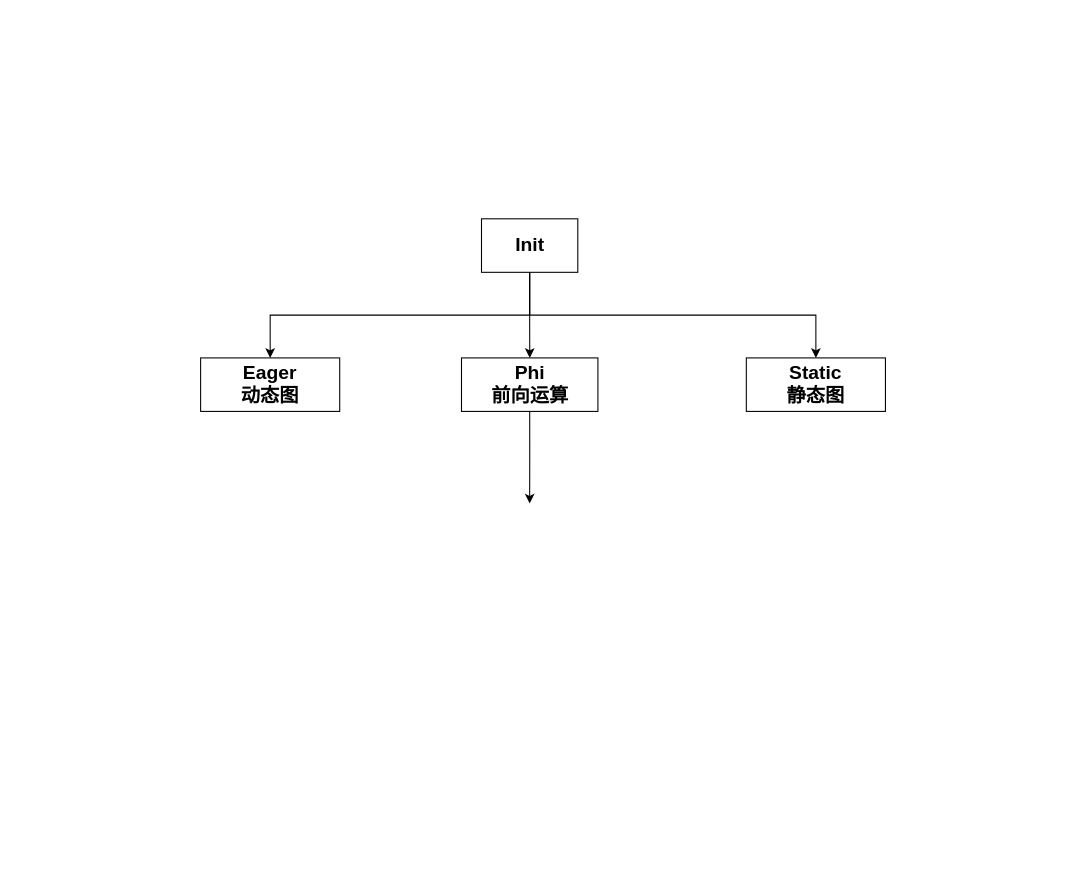
Above: operants-process.drawio in jiahy0825/draw.io (draw.io), before the change. Source tidied: cells renumbered, new cells numbered last; positions are measured from the earlier drawing's top-left corner, leaving out a move shared by most shapes. Both pictures are drawn from the tidied source at 107%, with x=0, y=0 at pixel (200, 218).
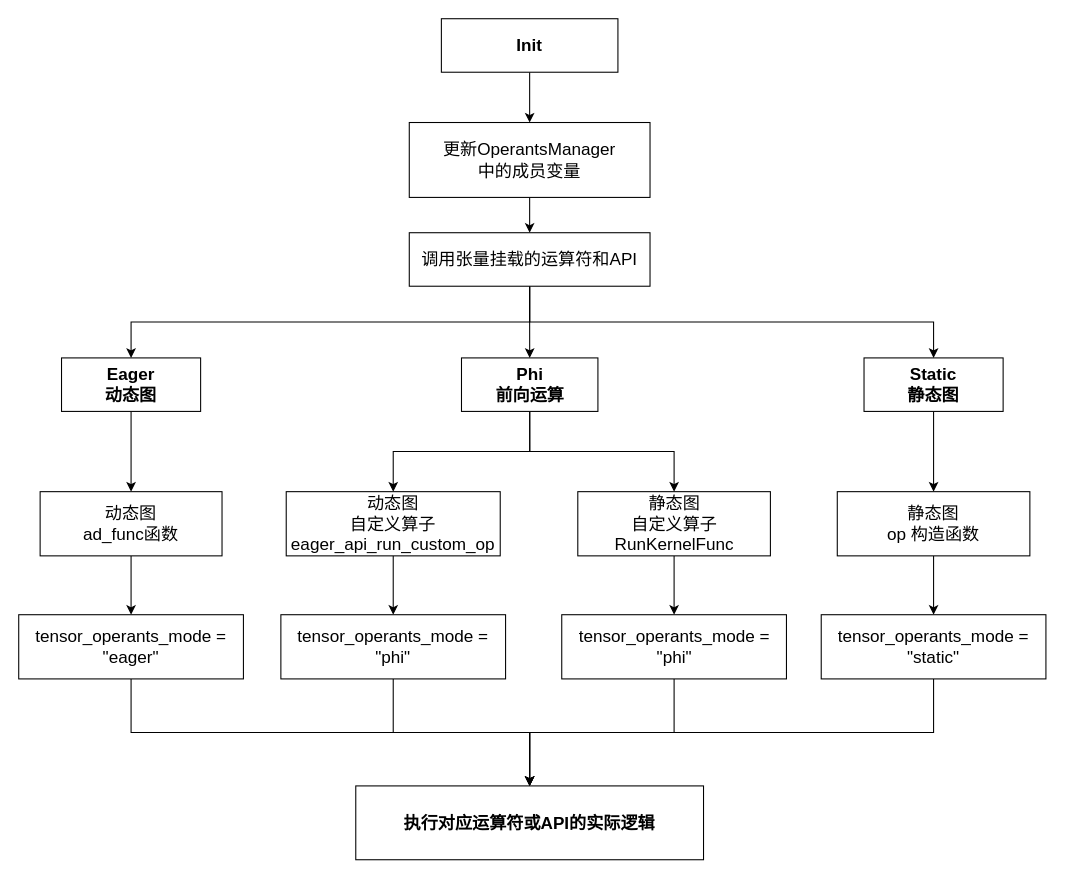
The same page after the edit.

Change to the diagram source:
```diff
@@
-    <mxCell id="2" style="edgeStyle=orthogonalEdgeStyle;jettySize=auto;html=1;fontSize=18;" parent="1" edge="1" source="5" target="7">
-      <mxGeometry relative="1" as="geometry" />
-    </mxCell>
-    <mxCell id="3" style="edgeStyle=orthogonalEdgeStyle;rounded=0;jettySize=auto;html=1;exitX=0.5;exitY=1;exitDx=0;exitDy=0;entryX=0.5;entryY=0;entryDx=0;entryDy=0;fontSize=18;" parent="1" edge="1" source="5" target="9">
-      <mxGeometry relative="1" as="geometry" />
-    </mxCell>
-    <mxCell id="4" style="edgeStyle=orthogonalEdgeStyle;rounded=0;jettySize=auto;html=1;exitX=0.5;exitY=1;exitDx=0;exitDy=0;entryX=0.5;entryY=0;entryDx=0;entryDy=0;" parent="1" edge="1" source="5" target="8">
-      <mxGeometry relative="1" as="geometry" />
-    </mxCell>
+    <mxCell id="10" style="edgeStyle=orthogonalEdgeStyle;rounded=0;jettySize=auto;html=1;exitX=0.5;exitY=1;exitDx=0;exitDy=0;entryX=0.5;entryY=0;entryDx=0;entryDy=0;fontSize=16;" parent="1" edge="1" source="5" target="33">
+      <mxGeometry relative="1" as="geometry" />
+    </mxCell>
-    <mxCell id="5" value="&lt;b&gt;&lt;font style=&quot;font-size: 18px;&quot;&gt;Init&lt;/font&gt;&lt;/b&gt;" style="whiteSpace=wrap;html=1;" parent="1" vertex="1">
-      <mxGeometry x="262.5" width="90" height="50" as="geometry" />
+    <mxCell id="5" value="&lt;b style=&quot;font-size: 16px;&quot;&gt;&lt;font style=&quot;font-size: 16px;&quot;&gt;Init&lt;/font&gt;&lt;/b&gt;" style="whiteSpace=wrap;html=1;fontSize=16;" parent="1" vertex="1">
+      <mxGeometry x="225" y="-187" width="165" height="50" as="geometry" />
     </mxCell>
-    <mxCell id="6" style="edgeStyle=orthogonalEdgeStyle;rounded=0;jettySize=auto;html=1;exitX=0.5;exitY=1;exitDx=0;exitDy=0;fontSize=18;entryX=0.5;entryY=0;entryDx=0;entryDy=0;" parent="1" edge="1" source="7">
-      <mxGeometry relative="1" as="geometry">
-        <mxPoint x="307.5" y="266" as="targetPoint" />
-      </mxGeometry>
-    </mxCell>
+    <mxCell id="11" style="edgeStyle=orthogonalEdgeStyle;rounded=0;jettySize=auto;html=1;fontSize=16;" parent="1" edge="1" source="7" target="18">
+      <mxGeometry relative="1" as="geometry" />
+    </mxCell>
+    <mxCell id="12" style="edgeStyle=orthogonalEdgeStyle;rounded=0;jettySize=auto;html=1;exitX=0.5;exitY=1;exitDx=0;exitDy=0;fontSize=16;entryX=0.5;entryY=0;entryDx=0;entryDy=0;" parent="1" edge="1" source="7" target="20">
+      <mxGeometry relative="1" as="geometry" />
+    </mxCell>
-    <mxCell id="7" value="&lt;span style=&quot;font-size: 18px;&quot;&gt;&lt;b&gt;Phi&lt;br&gt;前向运算&lt;br&gt;&lt;/b&gt;&lt;/span&gt;" style="whiteSpace=wrap;html=1;" parent="1" vertex="1">
+    <mxCell id="7" value="&lt;span style=&quot;font-size: 16px;&quot;&gt;&lt;b style=&quot;font-size: 16px;&quot;&gt;Phi&lt;br style=&quot;font-size: 16px;&quot;&gt;前向运算&lt;br style=&quot;font-size: 16px;&quot;&gt;&lt;/b&gt;&lt;/span&gt;" style="whiteSpace=wrap;html=1;fontSize=16;" parent="1" vertex="1">
       <mxGeometry x="243.8" y="130" width="127.5" height="50" as="geometry" />
     </mxCell>
+    <mxCell id="13" style="edgeStyle=orthogonalEdgeStyle;rounded=0;jettySize=auto;html=1;exitX=0.5;exitY=1;exitDx=0;exitDy=0;fontSize=16;entryX=0.5;entryY=0;entryDx=0;entryDy=0;" parent="1" edge="1" source="8" target="22">
+      <mxGeometry relative="1" as="geometry" />
+    </mxCell>
-    <mxCell id="8" value="&lt;span style=&quot;font-size: 18px;&quot;&gt;&lt;b&gt;Static&lt;br&gt;静态图&lt;br&gt;&lt;/b&gt;&lt;/span&gt;" style="whiteSpace=wrap;html=1;" parent="1" vertex="1">
-      <mxGeometry x="510" y="130" width="130" height="50" as="geometry" />
+    <mxCell id="8" value="&lt;span style=&quot;font-size: 16px;&quot;&gt;&lt;b style=&quot;font-size: 16px;&quot;&gt;Static&lt;br style=&quot;font-size: 16px;&quot;&gt;静态图&lt;br style=&quot;font-size: 16px;&quot;&gt;&lt;/b&gt;&lt;/span&gt;" style="whiteSpace=wrap;html=1;fontSize=16;" parent="1" vertex="1">
+      <mxGeometry x="620" y="130" width="130" height="50" as="geometry" />
     </mxCell>
+    <mxCell id="14" style="edgeStyle=orthogonalEdgeStyle;rounded=0;jettySize=auto;html=1;" parent="1" edge="1" source="9" target="16">
+      <mxGeometry relative="1" as="geometry" />
+    </mxCell>
-    <mxCell id="9" value="&lt;span style=&quot;font-size: 18px;&quot;&gt;&lt;b&gt;Eager&lt;br&gt;动态图&lt;br&gt;&lt;/b&gt;&lt;/span&gt;" style="whiteSpace=wrap;html=1;" parent="1" vertex="1">
-      <mxGeometry y="130" width="130" height="50" as="geometry" />
+    <mxCell id="9" value="&lt;span style=&quot;font-size: 16px;&quot;&gt;&lt;b&gt;Eager&lt;br&gt;动态图&lt;br&gt;&lt;/b&gt;&lt;/span&gt;" style="whiteSpace=wrap;html=1;" parent="1" vertex="1">
+      <mxGeometry x="-130" y="130" width="130" height="50" as="geometry" />
     </mxCell>
+    <mxCell id="15" style="edgeStyle=orthogonalEdgeStyle;rounded=0;jettySize=auto;html=1;fontSize=16;" parent="1" edge="1" source="16" target="24">
+      <mxGeometry relative="1" as="geometry" />
+    </mxCell>
+    <mxCell id="16" value="动态图&lt;br style=&quot;font-size: 16px;&quot;&gt;ad_func函数" style="whiteSpace=wrap;html=1;fontSize=16;fontStyle=0;" parent="1" vertex="1">
+      <mxGeometry x="-150" y="255" width="170" height="60" as="geometry" />
+    </mxCell>
+    <mxCell id="17" style="edgeStyle=orthogonalEdgeStyle;rounded=0;jettySize=auto;html=1;exitX=0.5;exitY=1;exitDx=0;exitDy=0;entryX=0.5;entryY=0;entryDx=0;entryDy=0;fontSize=16;" parent="1" edge="1" source="18" target="26">
+      <mxGeometry relative="1" as="geometry" />
+    </mxCell>
+    <mxCell id="18" value="动态图&lt;br&gt;自定义算子eager_api_run_custom_op&lt;br&gt;" style="whiteSpace=wrap;html=1;fontSize=16;" parent="1" vertex="1">
+      <mxGeometry x="80" y="255" width="200" height="60" as="geometry" />
+    </mxCell>
+    <mxCell id="19" style="edgeStyle=orthogonalEdgeStyle;rounded=0;jettySize=auto;html=1;exitX=0.5;exitY=1;exitDx=0;exitDy=0;fontSize=16;" parent="1" edge="1" source="20" target="28">
+      <mxGeometry relative="1" as="geometry" />
+    </mxCell>
+    <mxCell id="20" value="静态图&lt;br&gt;自定义算子RunKernelFunc" style="whiteSpace=wrap;html=1;fontSize=16;" parent="1" vertex="1">
+      <mxGeometry x="352.5" y="255" width="180" height="60" as="geometry" />
+    </mxCell>
+    <mxCell id="21" style="edgeStyle=orthogonalEdgeStyle;rounded=0;jettySize=auto;html=1;exitX=0.5;exitY=1;exitDx=0;exitDy=0;entryX=0.5;entryY=0;entryDx=0;entryDy=0;fontSize=16;" parent="1" edge="1" source="22" target="30">
+      <mxGeometry relative="1" as="geometry" />
+    </mxCell>
+    <mxCell id="22" value="静态图&lt;br&gt;op 构造函数" style="whiteSpace=wrap;html=1;fontSize=16;" parent="1" vertex="1">
+      <mxGeometry x="595" y="255" width="180" height="60" as="geometry" />
+    </mxCell>
+    <mxCell id="23" style="edgeStyle=orthogonalEdgeStyle;rounded=0;jettySize=auto;html=1;exitX=0.5;exitY=1;exitDx=0;exitDy=0;entryX=0.5;entryY=0;entryDx=0;entryDy=0;fontSize=16;" parent="1" edge="1" source="24" target="31">
+      <mxGeometry relative="1" as="geometry" />
+    </mxCell>
+    <mxCell id="24" value="tensor_operants_mode = &quot;eager&quot;" style="whiteSpace=wrap;html=1;fontSize=16;fontStyle=0;" parent="1" vertex="1">
+      <mxGeometry x="-170" y="370" width="210" height="60" as="geometry" />
+    </mxCell>
+    <mxCell id="25" style="edgeStyle=orthogonalEdgeStyle;rounded=0;jettySize=auto;html=1;exitX=0.5;exitY=1;exitDx=0;exitDy=0;fontSize=16;" parent="1" edge="1" source="26" target="31">
+      <mxGeometry relative="1" as="geometry" />
+    </mxCell>
+    <mxCell id="26" value="tensor_operants_mode = &quot;phi&quot;" style="whiteSpace=wrap;html=1;fontSize=16;fontStyle=0;" parent="1" vertex="1">
+      <mxGeometry x="75" y="370" width="210" height="60" as="geometry" />
+    </mxCell>
+    <mxCell id="27" style="edgeStyle=orthogonalEdgeStyle;rounded=0;jettySize=auto;html=1;exitX=0.5;exitY=1;exitDx=0;exitDy=0;entryX=0.5;entryY=0;entryDx=0;entryDy=0;fontSize=16;" parent="1" edge="1" source="28" target="31">
+      <mxGeometry relative="1" as="geometry" />
+    </mxCell>
+    <mxCell id="28" value="tensor_operants_mode = &quot;phi&quot;" style="whiteSpace=wrap;html=1;fontSize=16;fontStyle=0;" parent="1" vertex="1">
+      <mxGeometry x="337.5" y="370" width="210" height="60" as="geometry" />
+    </mxCell>
+    <mxCell id="29" style="edgeStyle=orthogonalEdgeStyle;rounded=0;jettySize=auto;html=1;exitX=0.5;exitY=1;exitDx=0;exitDy=0;entryX=0.5;entryY=0;entryDx=0;entryDy=0;fontSize=16;" parent="1" edge="1" source="30" target="31">
+      <mxGeometry relative="1" as="geometry" />
+    </mxCell>
+    <mxCell id="30" value="tensor_operants_mode = &quot;static&quot;" style="whiteSpace=wrap;html=1;fontSize=16;fontStyle=0;" parent="1" vertex="1">
+      <mxGeometry x="580" y="370" width="210" height="60" as="geometry" />
+    </mxCell>
+    <mxCell id="31" value="&lt;span style=&quot;font-size: 16px;&quot;&gt;&lt;b style=&quot;font-size: 16px;&quot;&gt;执行对应运算符或API的实际逻辑&lt;br style=&quot;font-size: 16px;&quot;&gt;&lt;/b&gt;&lt;/span&gt;" style="whiteSpace=wrap;html=1;fontSize=16;" parent="1" vertex="1">
+      <mxGeometry x="145" y="530" width="325" height="69" as="geometry" />
+    </mxCell>
+    <mxCell id="32" style="edgeStyle=orthogonalEdgeStyle;rounded=0;jettySize=auto;html=1;exitX=0.5;exitY=1;exitDx=0;exitDy=0;entryX=0.5;entryY=0;entryDx=0;entryDy=0;fontSize=16;" parent="1" edge="1" source="33" target="37">
+      <mxGeometry relative="1" as="geometry" />
+    </mxCell>
+    <mxCell id="33" value="&lt;span style=&quot;font-size: 16px;&quot;&gt;&lt;font style=&quot;font-size: 16px;&quot;&gt;更新&lt;/font&gt;&lt;/span&gt;&lt;span&gt;OperantsManager&lt;br&gt;中的成员变量&lt;br&gt;&lt;/span&gt;" style="whiteSpace=wrap;html=1;fontSize=16;fontStyle=0;" parent="1" vertex="1">
+      <mxGeometry x="195" y="-90" width="225" height="70" as="geometry" />
+    </mxCell>
+    <mxCell id="34" style="edgeStyle=orthogonalEdgeStyle;rounded=0;jettySize=auto;html=1;exitX=0.5;exitY=1;exitDx=0;exitDy=0;entryX=0.5;entryY=0;entryDx=0;entryDy=0;fontSize=16;" parent="1" edge="1" source="37" target="7">
+      <mxGeometry relative="1" as="geometry" />
+    </mxCell>
+    <mxCell id="35" style="edgeStyle=orthogonalEdgeStyle;rounded=0;jettySize=auto;html=1;exitX=0.5;exitY=1;exitDx=0;exitDy=0;entryX=0.5;entryY=0;entryDx=0;entryDy=0;fontSize=16;" parent="1" edge="1" source="37" target="9">
+      <mxGeometry relative="1" as="geometry" />
+    </mxCell>
+    <mxCell id="36" style="edgeStyle=orthogonalEdgeStyle;rounded=0;jettySize=auto;html=1;exitX=0.5;exitY=1;exitDx=0;exitDy=0;entryX=0.5;entryY=0;entryDx=0;entryDy=0;fontSize=16;" parent="1" edge="1" source="37" target="8">
+      <mxGeometry relative="1" as="geometry" />
+    </mxCell>
+    <mxCell id="37" value="&lt;span&gt;调用张量挂载的运算符和API&lt;br&gt;&lt;/span&gt;" style="whiteSpace=wrap;html=1;fontSize=16;fontStyle=0;" parent="1" vertex="1">
+      <mxGeometry x="195" y="13" width="225" height="50" as="geometry" />
+    </mxCell>
```
